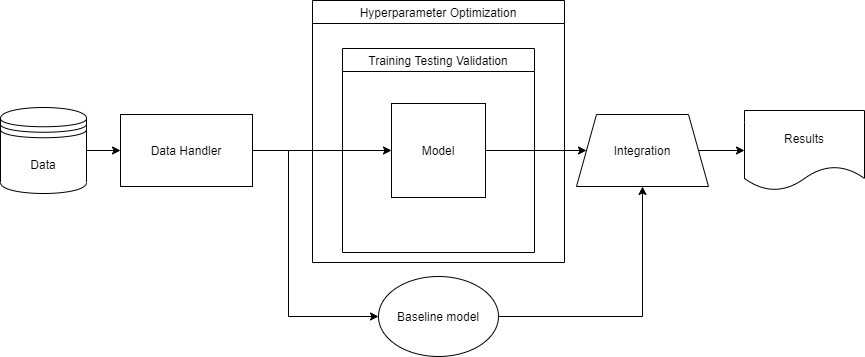
DM1122/spotify-skip-prediction keeps this draw.io diagram as img/system-diagram.png. Above is the earlier version. Source tidied: cells renumbered, new cells last; positions are measured from the earlier drawing's top-left corner, leaving out a move shared by most shapes.
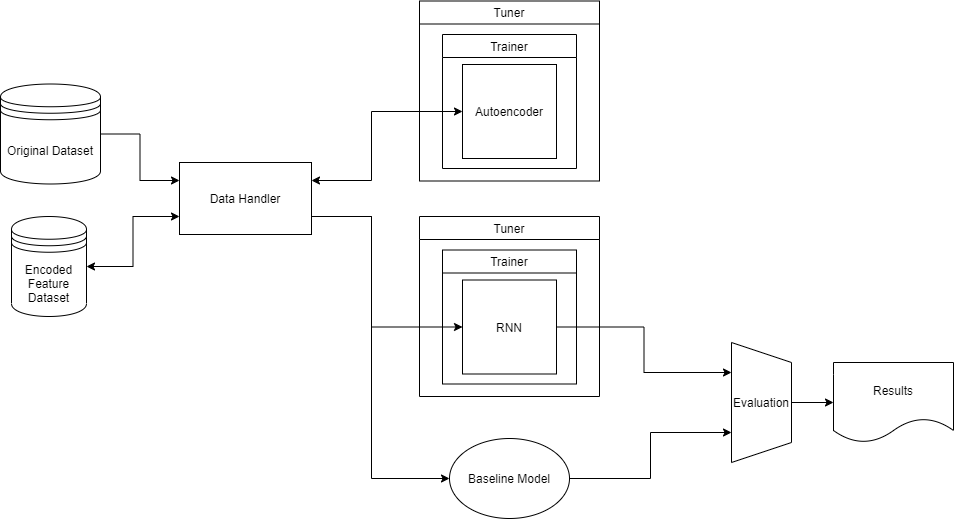
Above is the later version.

Commit message:
Updated system diagram to V2

Change to the diagram source:
```diff
@@ -2,52 +2,80 @@
   <root>
     <mxCell id="0" />
     <mxCell id="1" parent="0" />
-    <mxCell id="2" style="edgeStyle=orthogonalEdgeStyle;rounded=0;jettySize=auto;html=1;entryX=0;entryY=0.5;entryDx=0;entryDy=0;" parent="1" edge="1" source="3" target="6">
+    <mxCell id="2" style="edgeStyle=orthogonalEdgeStyle;rounded=0;jettySize=auto;html=1;entryX=0;entryY=0.25;entryDx=0;entryDy=0;" parent="1" edge="1" source="3" target="6">
       <mxGeometry relative="1" as="geometry" />
     </mxCell>
-    <mxCell id="3" value="Data" style="shape=datastore;whiteSpace=wrap;html=1;" parent="1" vertex="1">
-      <mxGeometry y="107" width="86" height="86" as="geometry" />
+    <mxCell id="3" value="Original Dataset" style="shape=datastore;whiteSpace=wrap;html=1;" parent="1" vertex="1">
+      <mxGeometry x="-11" y="101.5" width="100" height="100" as="geometry" />
     </mxCell>
-    <mxCell id="4" style="edgeStyle=orthogonalEdgeStyle;rounded=0;jettySize=auto;html=1;" parent="1" edge="1" source="6" target="13">
-      <mxGeometry relative="1" as="geometry" />
-    </mxCell>
+    <mxCell id="16" style="edgeStyle=orthogonalEdgeStyle;rounded=0;jettySize=auto;html=1;exitX=1;exitY=0.75;exitDx=0;exitDy=0;entryX=0;entryY=0.5;entryDx=0;entryDy=0;startArrow=none;startFill=0;" parent="1" edge="1" source="6" target="23">
+      <mxGeometry relative="1" as="geometry">
+        <Array as="points">
+          <mxPoint x="360" y="234" />
+          <mxPoint x="360" y="345" />
+        </Array>
+      </mxGeometry>
+    </mxCell>
-    <mxCell id="5" style="edgeStyle=orthogonalEdgeStyle;rounded=0;jettySize=auto;html=1;exitX=1;exitY=0.5;exitDx=0;exitDy=0;entryX=0;entryY=0.5;entryDx=0;entryDy=0;" parent="1" edge="1" source="6" target="10">
+    <mxCell id="5" style="edgeStyle=orthogonalEdgeStyle;rounded=0;jettySize=auto;html=1;exitX=1;exitY=0.75;exitDx=0;exitDy=0;entryX=0;entryY=0.5;entryDx=0;entryDy=0;startArrow=none;startFill=0;" parent="1" edge="1" source="6" target="10">
       <mxGeometry relative="1" as="geometry">
         <Array as="points">
-          <mxPoint x="288" y="150" />
-          <mxPoint x="288" y="316" />
+          <mxPoint x="360" y="234" />
+          <mxPoint x="360" y="496" />
         </Array>
       </mxGeometry>
     </mxCell>
     <mxCell id="6" value="Data Handler" style="rounded=0;whiteSpace=wrap;html=1;" parent="1" vertex="1">
-      <mxGeometry x="120" y="114" width="132" height="72" as="geometry" />
+      <mxGeometry x="168" y="180" width="132" height="72" as="geometry" />
     </mxCell>
-    <mxCell id="7" style="edgeStyle=orthogonalEdgeStyle;rounded=0;jettySize=auto;html=1;exitX=1;exitY=0.5;exitDx=0;exitDy=0;entryX=0;entryY=0.5;entryDx=0;entryDy=0;" parent="1" edge="1" source="8" target="14">
-      <mxGeometry relative="1" as="geometry" />
-    </mxCell>
-    <mxCell id="8" value="Integration" style="shape=trapezoid;perimeter=trapezoidPerimeter;whiteSpace=wrap;html=1;fixedSize=1;rotation=0;" parent="1" vertex="1">
-      <mxGeometry x="576" y="114" width="132" height="72" as="geometry" />
-    </mxCell>
-    <mxCell id="9" style="edgeStyle=orthogonalEdgeStyle;rounded=0;jettySize=auto;html=1;exitX=1;exitY=0.5;exitDx=0;exitDy=0;entryX=0.5;entryY=1;entryDx=0;entryDy=0;" parent="1" edge="1" source="10" target="8">
-      <mxGeometry relative="1" as="geometry" />
-    </mxCell>
+    <mxCell id="17" style="edgeStyle=orthogonalEdgeStyle;rounded=0;jettySize=auto;html=1;entryX=0.75;entryY=1;entryDx=0;entryDy=0;startArrow=none;startFill=0;" parent="1" edge="1" source="10" target="26">
+      <mxGeometry relative="1" as="geometry" />
+    </mxCell>
-    <mxCell id="10" value="Baseline model" style="ellipse;whiteSpace=wrap;html=1;" parent="1" vertex="1">
-      <mxGeometry x="378" y="276" width="120" height="80" as="geometry" />
+    <mxCell id="10" value="Baseline Model" style="ellipse;whiteSpace=wrap;html=1;" parent="1" vertex="1">
+      <mxGeometry x="438" y="456" width="120" height="80" as="geometry" />
     </mxCell>
-    <mxCell id="11" value="Hyperparameter Optimization" style="swimlane;fontStyle=0;" parent="1" vertex="1">
-      <mxGeometry x="312" width="252" height="262" as="geometry" />
+    <mxCell id="11" value="Tuner" style="swimlane;fontStyle=0;" parent="1" vertex="1">
+      <mxGeometry x="408" y="18.5" width="180" height="180" as="geometry" />
     </mxCell>
-    <mxCell id="12" value="Training Testing Validation" style="swimlane;fontStyle=0;startSize=23;" parent="11" vertex="1">
-      <mxGeometry x="30" y="48" width="192" height="204" as="geometry" />
+    <mxCell id="12" value="Trainer" style="swimlane;fontStyle=0;startSize=23;" parent="11" vertex="1">
+      <mxGeometry x="23" y="33.5" width="134" height="134" as="geometry" />
     </mxCell>
-    <mxCell id="13" value="Model" style="whiteSpace=wrap;html=1;comic=0;shadow=0;glass=0;" parent="12" vertex="1">
-      <mxGeometry x="49" y="55" width="94" height="94" as="geometry" />
-    </mxCell>
+    <mxCell id="18" value="Autoencoder" style="whiteSpace=wrap;html=1;comic=0;shadow=0;glass=0;" parent="12" vertex="1">
+      <mxGeometry x="20" y="30" width="94" height="94" as="geometry" />
+    </mxCell>
+    <mxCell id="19" style="edgeStyle=orthogonalEdgeStyle;rounded=0;jettySize=auto;html=1;entryX=0;entryY=0.75;entryDx=0;entryDy=0;startArrow=classic;startFill=1;" parent="1" edge="1" source="20" target="6">
+      <mxGeometry relative="1" as="geometry" />
+    </mxCell>
+    <mxCell id="20" value="Encoded Feature Dataset" style="shape=datastore;whiteSpace=wrap;html=1;" parent="1" vertex="1">
+      <mxGeometry y="234" width="75" height="100" as="geometry" />
+    </mxCell>
+    <mxCell id="21" value="Tuner" style="swimlane;fontStyle=0;" parent="1" vertex="1">
+      <mxGeometry x="408" y="234" width="180" height="180" as="geometry" />
+    </mxCell>
+    <mxCell id="22" value="Trainer" style="swimlane;fontStyle=0;startSize=23;" parent="21" vertex="1">
+      <mxGeometry x="23" y="33.5" width="134" height="134" as="geometry" />
+    </mxCell>
+    <mxCell id="23" value="RNN" style="whiteSpace=wrap;html=1;comic=0;shadow=0;glass=0;" parent="22" vertex="1">
+      <mxGeometry x="20" y="30" width="94" height="94" as="geometry" />
+    </mxCell>
+    <mxCell id="24" style="edgeStyle=orthogonalEdgeStyle;rounded=0;jettySize=auto;html=1;exitX=1;exitY=0.25;exitDx=0;exitDy=0;entryX=0;entryY=0.5;entryDx=0;entryDy=0;startArrow=classic;startFill=1;" parent="1" edge="1" source="6" target="18">
+      <mxGeometry relative="1" as="geometry">
+        <Array as="points">
+          <mxPoint x="360" y="198" />
+          <mxPoint x="360" y="129" />
+        </Array>
+      </mxGeometry>
+    </mxCell>
+    <mxCell id="25" style="edgeStyle=orthogonalEdgeStyle;rounded=0;jettySize=auto;html=1;entryX=0;entryY=0.5;entryDx=0;entryDy=0;startArrow=none;startFill=0;" parent="1" edge="1" source="26" target="14">
+      <mxGeometry relative="1" as="geometry" />
+    </mxCell>
+    <mxCell id="26" value="Evaluation" style="shape=trapezoid;perimeter=trapezoidPerimeter;whiteSpace=wrap;html=1;fixedSize=1;direction=south;" parent="1" vertex="1">
+      <mxGeometry x="720" y="360" width="60" height="120" as="geometry" />
+    </mxCell>
     <mxCell id="14" value="Results" style="shape=document;whiteSpace=wrap;html=1;boundedLbl=1;" parent="1" vertex="1">
-      <mxGeometry x="744" y="110" width="120" height="80" as="geometry" />
+      <mxGeometry x="822" y="380" width="120" height="80" as="geometry" />
     </mxCell>
-    <mxCell id="15" style="edgeStyle=orthogonalEdgeStyle;rounded=0;jettySize=auto;html=1;" parent="1" edge="1" source="13" target="8">
-      <mxGeometry relative="1" as="geometry" />
-    </mxCell>
+    <mxCell id="27" style="edgeStyle=orthogonalEdgeStyle;rounded=0;jettySize=auto;html=1;entryX=0.25;entryY=1;entryDx=0;entryDy=0;startArrow=none;startFill=0;" parent="1" edge="1" source="23" target="26">
+      <mxGeometry relative="1" as="geometry" />
+    </mxCell>
   </root>
 </mxGraphModel>
```
